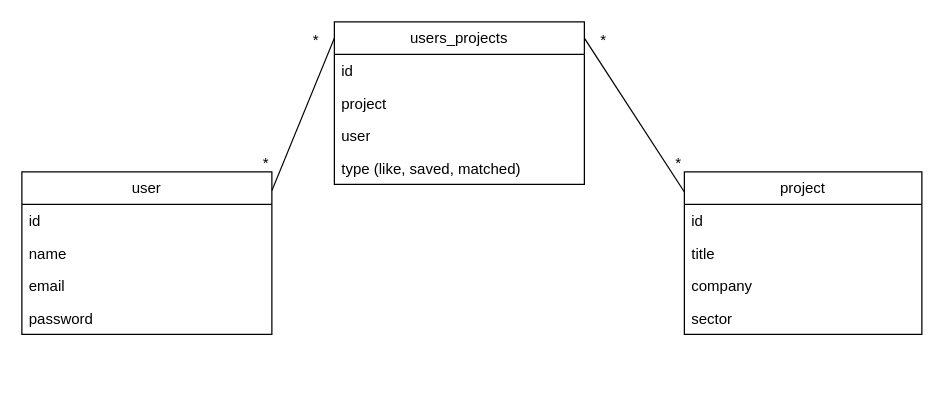
This is public/model.drawio from janPiMargalef/projectes-estudiants, a draw.io file, before an edit. Source tidied: cells renumbered, new cells numbered last; positions are measured from the earlier drawing's top-left corner, leaving out a move shared by most shapes. Both pictures are drawn from the tidied source at 125%, with x=0, y=0 at pixel (21, 21).
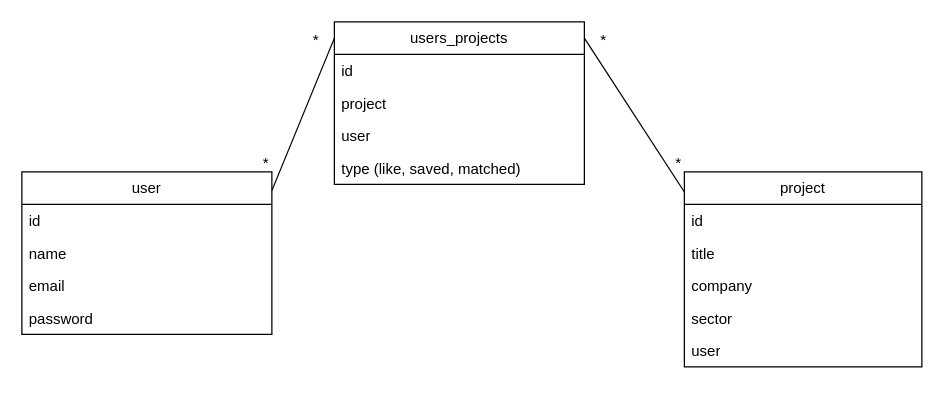
The same diagram, later.

The edit, as a diff of the source:
```diff
@@
     <mxCell id="7" value="project" style="swimlane;fontStyle=0;horizontal=1;startSize=26;fillColor=none;whiteSpace=wrap;html=1;" parent="1" vertex="1">
-      <mxGeometry x="530" y="120" width="190" height="130" as="geometry" />
+      <mxGeometry x="530" y="120" width="190" height="156" as="geometry" />
     </mxCell>
@@
+    <mxCell id="23" value="user" style="text;strokeColor=none;fillColor=none;align=left;verticalAlign=top;spacingLeft=4;spacingRight=4;overflow=hidden;whiteSpace=wrap;html=1;" parent="7" vertex="1">
+      <mxGeometry y="130" width="190" height="26" as="geometry" />
+    </mxCell>
```
